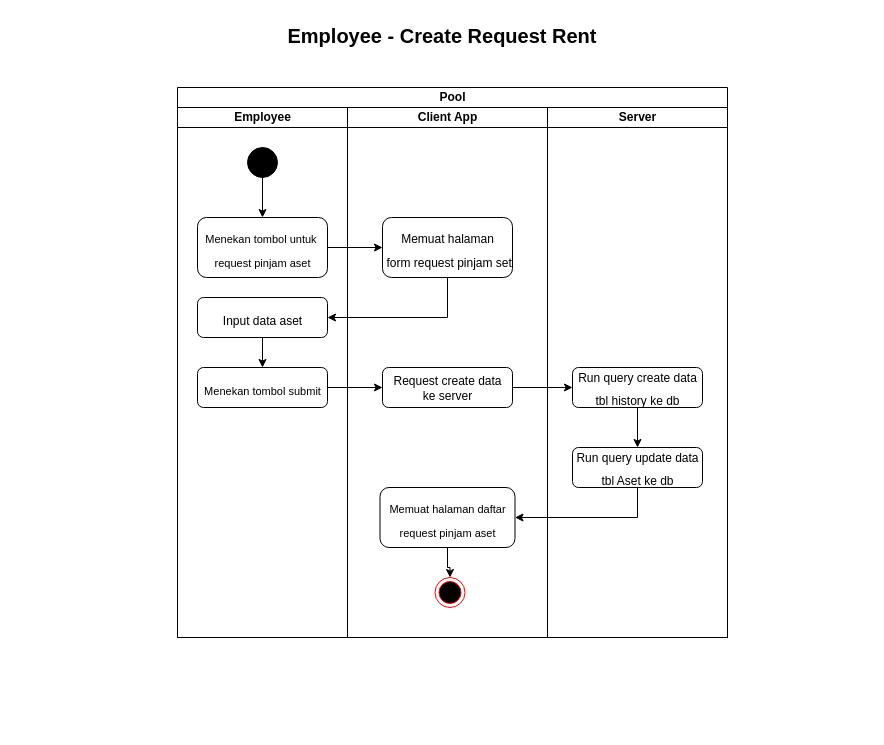
Above: page "C-RENT" (3 of 10) of Untitled Diagram.drawio in alifandartaa/BPMN-MCC72 (draw.io), before the change. Source tidied: cells renumbered, new cells numbered last; positions are measured from the earlier drawing's top-left corner, leaving out a move shared by most shapes. Both pictures are drawn from the tidied source at 100%, with x=0, y=0 at pixel (17, 17).
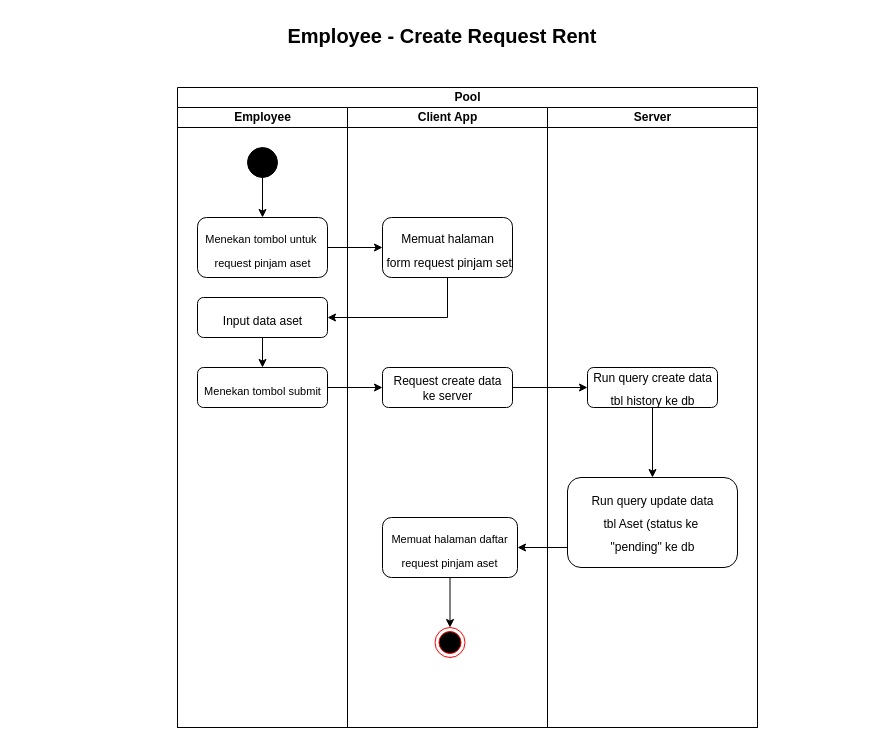
The same diagram, later.

Diff of the diagram source:
```diff
@@
     <mxCell id="2" value="Pool" style="swimlane;startSize=20;html=1;" parent="1" vertex="1">
-      <mxGeometry x="160" y="70" width="550" height="550" as="geometry" />
+      <mxGeometry x="160" y="70" width="580" height="640" as="geometry" />
     </mxCell>
     <mxCell id="3" value="Employee" style="swimlane;startSize=20;html=1;rounded=0;" parent="2" vertex="1">
-      <mxGeometry y="20" width="170" height="530" as="geometry" />
+      <mxGeometry y="20" width="170" height="620" as="geometry" />
     </mxCell>
@@
+    <mxCell id="24" style="edgeStyle=orthogonalEdgeStyle;rounded=0;jettySize=auto;html=1;entryX=1;entryY=0.5;entryDx=0;entryDy=0;" parent="2" edge="1" source="19" target="13">
+      <mxGeometry relative="1" as="geometry">
+        <Array as="points">
+          <mxPoint x="462.5" y="460" />
+        </Array>
+      </mxGeometry>
+    </mxCell>
     <mxCell id="10" value="Client App" style="swimlane;startSize=20;html=1;" parent="2" vertex="1">
-      <mxGeometry x="170" y="20" width="200" height="530" as="geometry" />
+      <mxGeometry x="170" y="20" width="200" height="620" as="geometry" />
     </mxCell>
@@
     <mxCell id="13" value="&lt;font style=&quot;font-size: 11px;&quot;&gt;Memuat halaman daftar request pinjam aset&lt;/font&gt;" style="rounded=1;whiteSpace=wrap;html=1;fontSize=20;fillColor=#FFFFFF;dashed=0;strokeWidth=1;" parent="10" vertex="1">
-      <mxGeometry x="32.5" y="380" width="135" height="60" as="geometry" />
+      <mxGeometry x="35" y="410" width="135" height="60" as="geometry" />
     </mxCell>
     <mxCell id="14" style="ellipse;html=1;shape=endState;fillColor=#000000;strokeColor=#ff0000;rounded=1;strokeWidth=1;fontSize=11;" parent="10" vertex="1">
-      <mxGeometry x="87.5" y="470" width="30" height="30" as="geometry" />
+      <mxGeometry x="87.5" y="520" width="30" height="30" as="geometry" />
     </mxCell>
@@
     <mxCell id="16" value="Server" style="swimlane;startSize=20;html=1;" parent="2" vertex="1">
-      <mxGeometry x="370" y="20" width="180" height="530" as="geometry" />
+      <mxGeometry x="370" y="20" width="210" height="620" as="geometry" />
     </mxCell>
@@
     <mxCell id="18" value="&lt;p style=&quot;line-height: 0%;&quot;&gt;&lt;font style=&quot;font-size: 12px;&quot;&gt;Run query create data&lt;/font&gt;&lt;/p&gt;&lt;p style=&quot;line-height: 0%;&quot;&gt;&lt;font style=&quot;font-size: 12px;&quot;&gt;tbl history ke db&lt;/font&gt;&lt;/p&gt;" style="html=1;dashed=0;whitespace=wrap;strokeColor=default;strokeWidth=1;fontSize=20;fillColor=#FFFFFF;rounded=1;" parent="16" vertex="1">
-      <mxGeometry x="25" y="260" width="130" height="40" as="geometry" />
+      <mxGeometry x="40" y="260" width="130" height="40" as="geometry" />
     </mxCell>
-    <mxCell id="19" value="&lt;p style=&quot;line-height: 0%;&quot;&gt;&lt;font style=&quot;font-size: 12px;&quot;&gt;Run query update data&lt;/font&gt;&lt;/p&gt;&lt;p style=&quot;line-height: 0%;&quot;&gt;&lt;font style=&quot;font-size: 12px;&quot;&gt;tbl Aset ke db&lt;/font&gt;&lt;/p&gt;" style="html=1;dashed=0;whitespace=wrap;strokeColor=default;strokeWidth=1;fontSize=20;fillColor=#FFFFFF;rounded=1;" parent="16" vertex="1">
-      <mxGeometry x="25" y="340" width="130" height="40" as="geometry" />
+    <mxCell id="19" value="&lt;p style=&quot;line-height: 0%;&quot;&gt;&lt;font style=&quot;font-size: 12px;&quot;&gt;Run query update data&lt;/font&gt;&lt;/p&gt;&lt;p style=&quot;line-height: 0%;&quot;&gt;&lt;font style=&quot;font-size: 12px;&quot;&gt;tbl Aset (status ke&amp;nbsp;&lt;/font&gt;&lt;/p&gt;&lt;p style=&quot;line-height: 0%;&quot;&gt;&lt;font style=&quot;font-size: 12px;&quot;&gt;&quot;pending&quot; ke db&lt;/font&gt;&lt;/p&gt;" style="html=1;dashed=0;whitespace=wrap;strokeColor=default;strokeWidth=1;fontSize=20;fillColor=#FFFFFF;rounded=1;" parent="16" vertex="1">
+      <mxGeometry x="20" y="370" width="170" height="90" as="geometry" />
     </mxCell>
@@
-    <mxCell id="24" style="edgeStyle=orthogonalEdgeStyle;rounded=0;jettySize=auto;html=1;entryX=1;entryY=0.5;entryDx=0;entryDy=0;" parent="2" edge="1" source="19" target="13">
-      <mxGeometry relative="1" as="geometry">
-        <Array as="points">
-          <mxPoint x="460" y="430" />
-        </Array>
-      </mxGeometry>
-    </mxCell>
```
